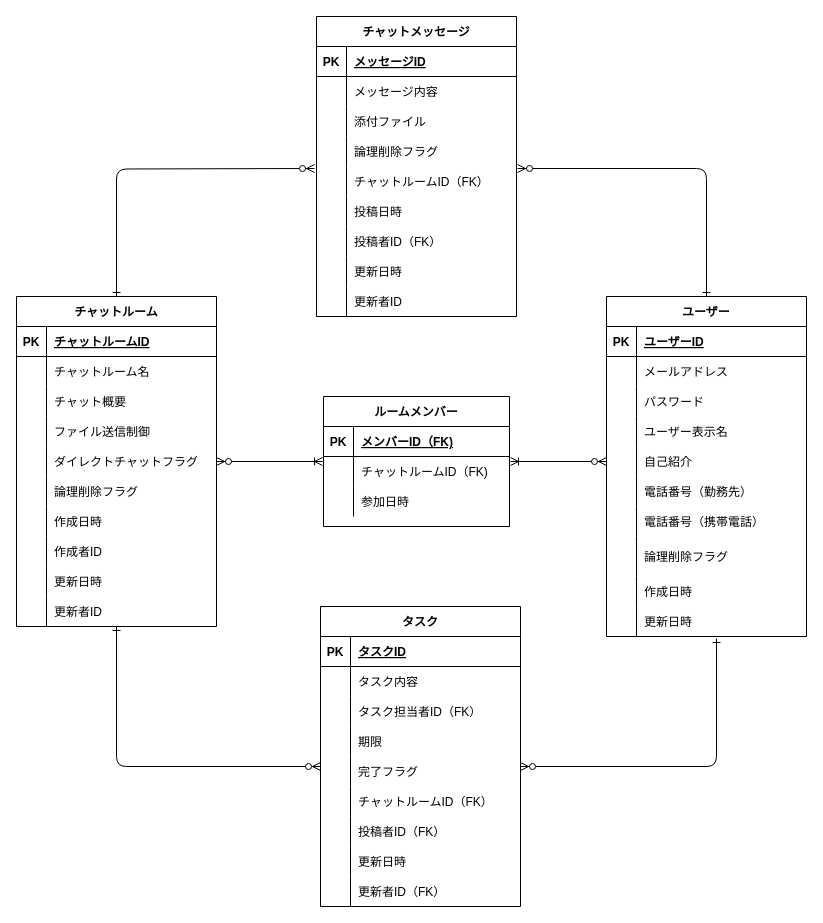
Earlier version of the draw.io diagram db/db-challenge1/first.drawio (shihoono/quelcode-db). Source tidied: cells renumbered, new cells numbered last; positions are measured from the earlier drawing's top-left corner, leaving out a move shared by most shapes. Both pictures are drawn from the tidied source at 100%, with x=0, y=0 at pixel (16, 16).
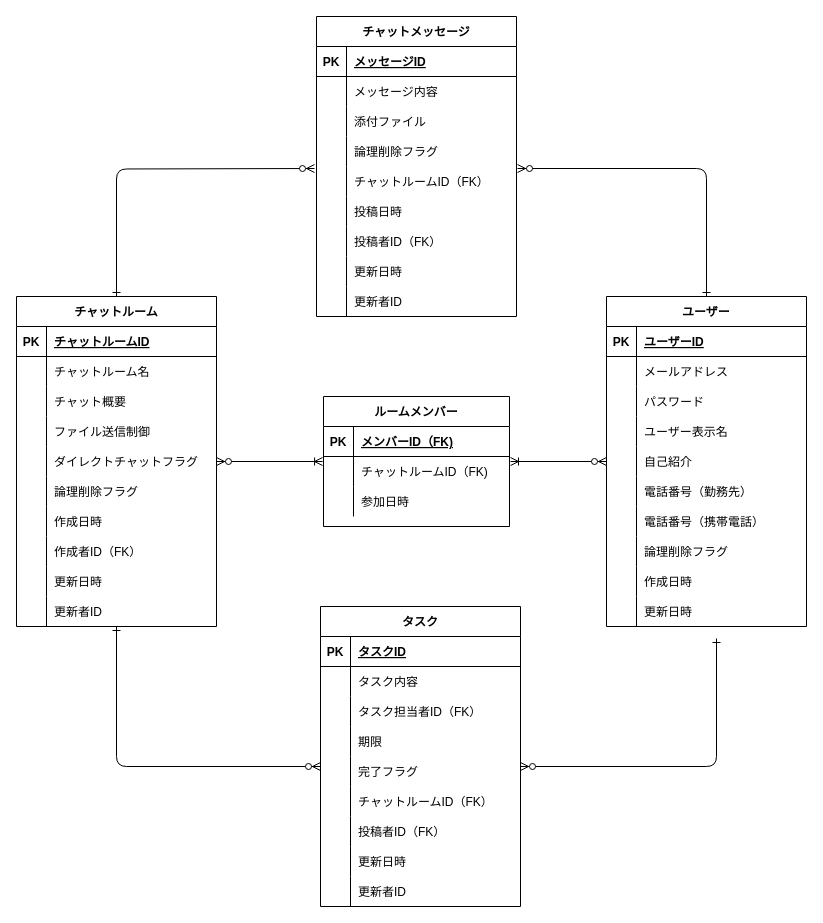
The same diagram, later.

The change refers to these unchanged cells:
```xml
<mxCell id="29" style="shape=partialRectangle;fillColor=none;top=0;left=0;bottom=0;right=0;" parent="7" vertex="1">
  <mxGeometry y="240" width="200" height="30" as="geometry" />
</mxCell>
<mxCell id="64" style="shape=partialRectangle;fillColor=none;top=0;left=0;bottom=0;right=0;" parent="39" vertex="1">
  <mxGeometry y="270" width="200" height="30" as="geometry" />
</mxCell>
```

What changed in the source:
```diff
@@
-    <mxCell id="31" value="作成者ID" style="shape=partialRectangle;fillColor=none;top=0;left=0;bottom=0;right=0;align=left;spacingLeft=6;overflow=hidden;" parent="29" vertex="1">
+    <mxCell id="31" value="作成者ID（FK）" style="shape=partialRectangle;fillColor=none;top=0;left=0;bottom=0;right=0;align=left;spacingLeft=6;overflow=hidden;" parent="29" vertex="1">
       <mxGeometry x="30" width="170" height="30" as="geometry" />
     </mxCell>
@@
-    <mxCell id="66" value="更新者ID（FK）" style="shape=partialRectangle;fillColor=none;top=0;left=0;bottom=0;right=0;align=left;spacingLeft=6;overflow=hidden;" parent="64" vertex="1">
+    <mxCell id="66" value="更新者ID" style="shape=partialRectangle;fillColor=none;top=0;left=0;bottom=0;right=0;align=left;spacingLeft=6;overflow=hidden;" parent="64" vertex="1">
       <mxGeometry x="30" width="170" height="30" as="geometry" />
     </mxCell>
     <mxCell id="67" value="ユーザー" style="shape=table;startSize=30;childLayout=tableLayout;rowLines=0;fontStyle=1;align=center;" parent="1" vertex="1">
-      <mxGeometry x="590" y="280" width="200" height="340" as="geometry" />
+      <mxGeometry x="590" y="280" width="200" height="330" as="geometry" />
     </mxCell>
@@
     <mxCell id="89" style="shape=partialRectangle;fillColor=none;top=0;left=0;bottom=0;right=0;" parent="67" vertex="1">
-      <mxGeometry y="240" width="200" height="40" as="geometry" />
+      <mxGeometry y="240" width="200" height="30" as="geometry" />
     </mxCell>
     <mxCell id="90" style="shape=partialRectangle;fillColor=none;top=0;left=0;bottom=0;right=0;overflow=hidden;" parent="89" vertex="1">
-      <mxGeometry width="30" height="40" as="geometry" />
+      <mxGeometry width="30" height="30" as="geometry" />
     </mxCell>
     <mxCell id="91" value="論理削除フラグ" style="shape=partialRectangle;fillColor=none;top=0;left=0;bottom=0;right=0;align=left;spacingLeft=6;overflow=hidden;" parent="89" vertex="1">
-      <mxGeometry x="30" width="170" height="40" as="geometry" />
+      <mxGeometry x="30" width="170" height="30" as="geometry" />
     </mxCell>
     <mxCell id="92" style="shape=partialRectangle;fillColor=none;top=0;left=0;bottom=0;right=0;" parent="67" vertex="1">
-      <mxGeometry y="280" width="200" height="30" as="geometry" />
+      <mxGeometry y="270" width="200" height="30" as="geometry" />
     </mxCell>
@@
     <mxCell id="95" style="shape=partialRectangle;fillColor=none;top=0;left=0;bottom=0;right=0;" parent="67" vertex="1">
-      <mxGeometry y="310" width="200" height="30" as="geometry" />
+      <mxGeometry y="300" width="200" height="30" as="geometry" />
     </mxCell>
```
